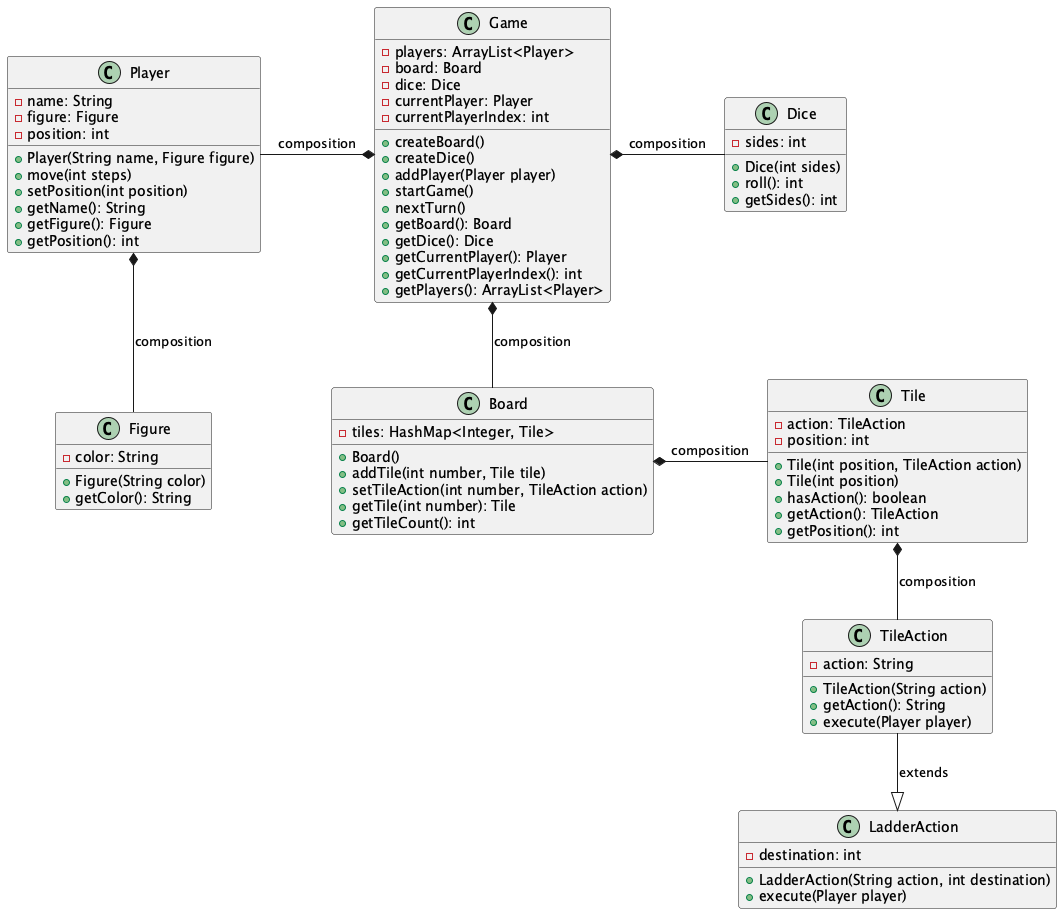
Earlier version of the PlantUML export classdiagram.png (Segward/ladder-game).
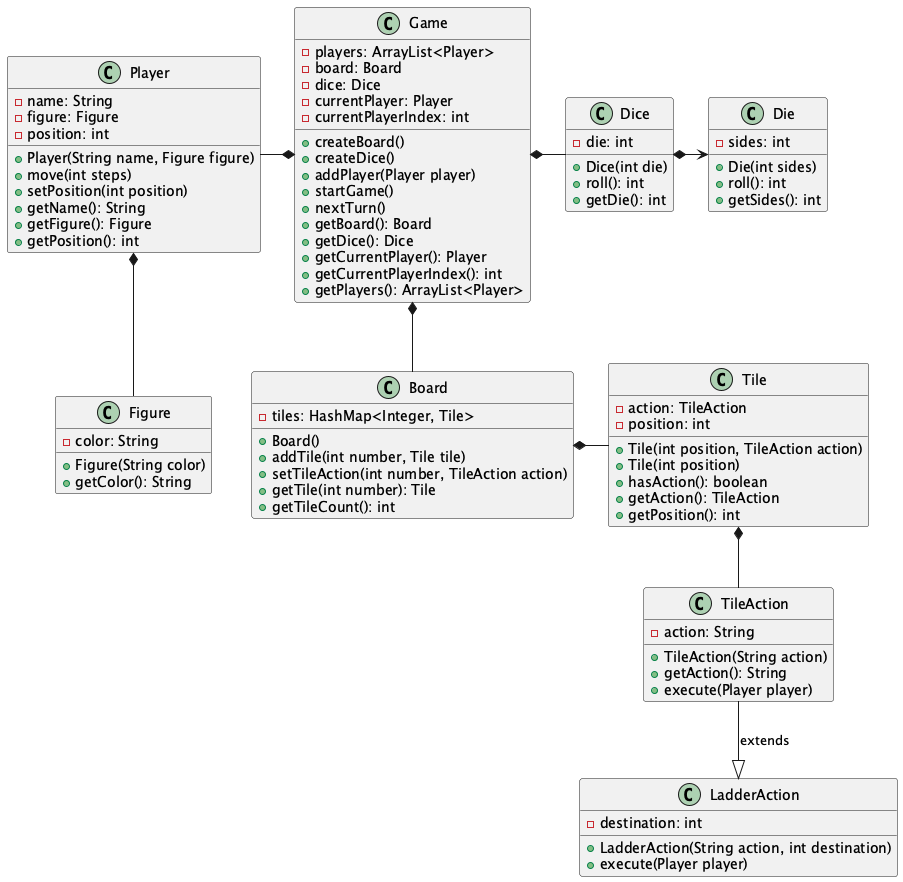
After the commit.

Commit message:
Compiled classdiagram again

Change to the diagram source:
```diff
@@ -46,8 +46,15 @@
 }
 
 class Dice {
+    -die: int
+    +Dice(int die)
+    +roll(): int
+    +getDie(): int
+}
+
+class Die {
     -sides: int
-    +Dice(int sides)
+    +Die(int sides)
     +roll(): int
     +getSides(): int
 }
@@ -75,12 +82,13 @@
     +execute(Player player)
 }
 
-Game *-left- Player: composition
-Game *-- Board: composition
-Game *-right- Dice: composition
-Player *-- Figure: composition
-Board *-right- Tile: composition
-Tile *-- TileAction: composition
+Game *-left- Player
+Game *-down- Board
+Game *-right- Dice
+Dice *-right-> Die
+Player *-- Figure
+Board *-right- Tile
+Tile *-- TileAction
 TileAction --|> LadderAction: extends
 
 @enduml
```
